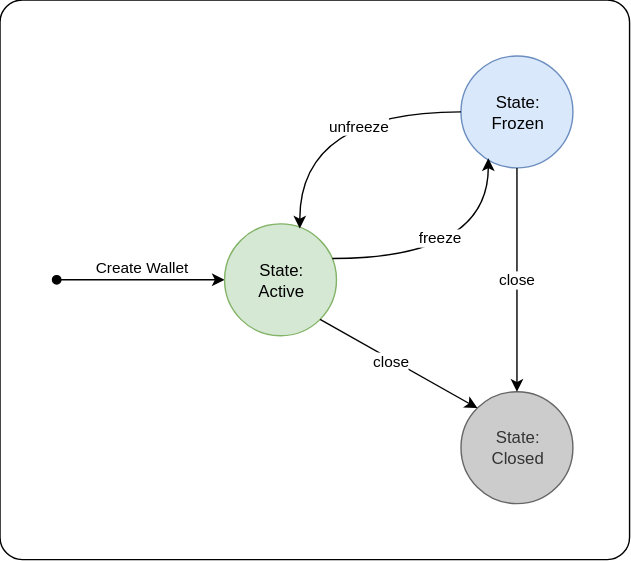
Above: docs/diagrams/State_Transition_Diagram.drawio.svg in marcus-rk/Multi-Currency-Wallet-Simulator (draw.io), before the change. Source tidied: cells renumbered, new cells last; positions are measured from the earlier drawing's top-left corner, leaving out a move shared by most shapes.
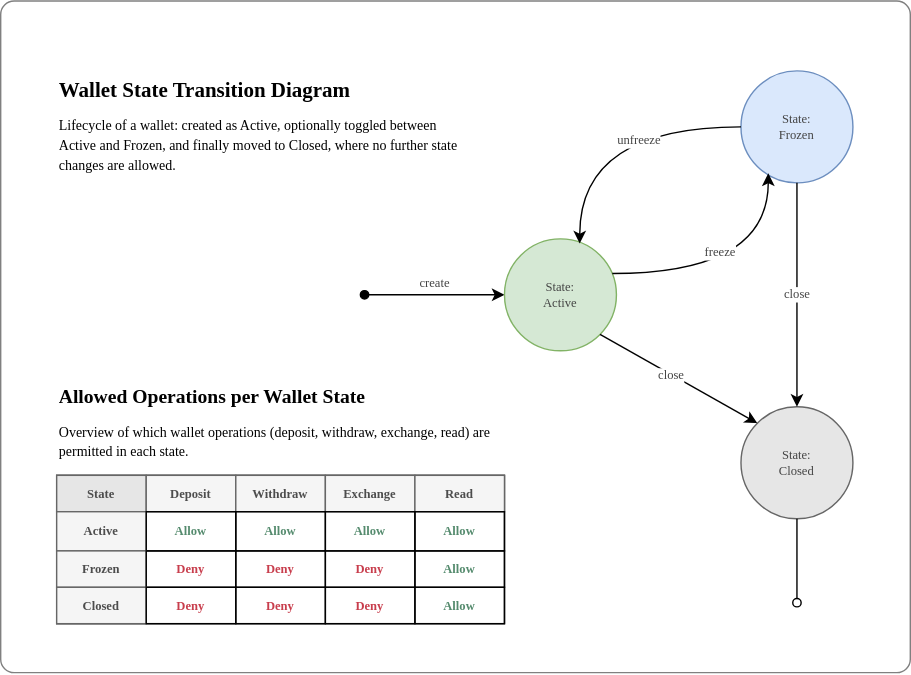
The same diagram one commit later.

Commit message:
Updated State Transition Diagram with simple operation table

What changed in the source:
```diff
@@ -2,34 +2,34 @@
   <root>
     <mxCell id="0" />
     <mxCell id="1" parent="0" />
-    <mxCell id="2" style="rounded=1;whiteSpace=wrap;html=1;arcSize=4;gradientColor=none;glass=0;" parent="1" vertex="1">
-      <mxGeometry width="450" height="400" as="geometry" />
+    <mxCell id="2" style="rounded=1;whiteSpace=wrap;html=1;arcSize=2;gradientColor=none;glass=0;fontColor=#333333;strokeColor=#808080;" parent="1" vertex="1">
+      <mxGeometry x="-199.5" y="-10" width="650" height="480" as="geometry" />
     </mxCell>
-    <mxCell id="3" value="Create Wallet" style="html=1;verticalAlign=bottom;startArrow=oval;startFill=1;endArrow=classic;curved=0;rounded=0;endFill=1;" parent="1" edge="1">
+    <mxCell id="3" value="create" style="html=1;verticalAlign=bottom;startArrow=oval;startFill=1;endArrow=classic;curved=0;rounded=0;endFill=1;fontFamily=Verdana;fontColor=light-dark(#444444, #ededed);fontSize=9;" parent="1" edge="1">
       <mxGeometry relative="1" as="geometry">
-        <mxPoint x="40.5" y="200" as="sourcePoint" />
+        <mxPoint x="60.5" y="200" as="sourcePoint" />
         <mxPoint x="160.5" y="200" as="targetPoint" />
       </mxGeometry>
     </mxCell>
-    <mxCell id="4" value="State:&lt;div&gt;Active&lt;/div&gt;" style="ellipse;whiteSpace=wrap;html=1;fillColor=#d5e8d4;strokeColor=#82b366;" parent="1" vertex="1">
+    <mxCell id="4" value="State:&lt;div&gt;Active&lt;/div&gt;" style="ellipse;whiteSpace=wrap;html=1;fillColor=#d5e8d4;strokeColor=#82b366;fontFamily=Verdana;fontColor=light-dark(#444444, #ededed);fontSize=9;" parent="1" vertex="1">
       <mxGeometry x="160.5" y="160" width="80" height="80" as="geometry" />
     </mxCell>
-    <mxCell id="5" value="State:&lt;div&gt;Frozen&lt;/div&gt;" style="ellipse;whiteSpace=wrap;html=1;fillColor=#dae8fc;strokeColor=#6c8ebf;" parent="1" vertex="1">
+    <mxCell id="5" value="State:&lt;div&gt;Frozen&lt;/div&gt;" style="ellipse;whiteSpace=wrap;html=1;fillColor=#dae8fc;strokeColor=#6c8ebf;fontFamily=Verdana;fontColor=light-dark(#444444, #ededed);fontSize=9;" parent="1" vertex="1">
       <mxGeometry x="329.5" y="40" width="80" height="80" as="geometry" />
     </mxCell>
-    <mxCell id="6" value="State:&lt;div&gt;Closed&lt;/div&gt;" style="ellipse;whiteSpace=wrap;html=1;fillColor=#CCCCCC;fontColor=#333333;strokeColor=#666666;" parent="1" vertex="1">
+    <mxCell id="6" value="State:&lt;div&gt;Closed&lt;/div&gt;" style="ellipse;whiteSpace=wrap;html=1;fillColor=#E6E6E6;fontColor=light-dark(#444444, #ededed);strokeColor=#666666;fontFamily=Verdana;fontSize=9;" parent="1" vertex="1">
       <mxGeometry x="329.5" y="280" width="80" height="80" as="geometry" />
     </mxCell>
-    <mxCell id="7" value="freeze" style="endArrow=classic;html=1;rounded=0;entryX=0.244;entryY=0.915;entryDx=0;entryDy=0;exitX=0.963;exitY=0.31;exitDx=0;exitDy=0;edgeStyle=orthogonalEdgeStyle;curved=1;entryPerimeter=0;exitPerimeter=0;" parent="1" edge="1" source="4" target="5">
+    <mxCell id="7" value="freeze" style="endArrow=classic;html=1;rounded=0;entryX=0.244;entryY=0.915;entryDx=0;entryDy=0;exitX=0.963;exitY=0.31;exitDx=0;exitDy=0;edgeStyle=orthogonalEdgeStyle;curved=1;entryPerimeter=0;exitPerimeter=0;fontFamily=Verdana;fontColor=light-dark(#444444, #ededed);fontSize=9;" parent="1" edge="1" source="4" target="5">
       <mxGeometry x="-0.16" y="15" relative="1" as="geometry" />
     </mxCell>
-    <mxCell id="8" style="endArrow=classic;html=1;rounded=0;entryX=0;entryY=0;entryDx=0;entryDy=0;exitX=1;exitY=1;exitDx=0;exitDy=0;" parent="1" edge="1" source="4" target="6">
+    <mxCell id="8" style="endArrow=classic;html=1;rounded=0;entryX=0;entryY=0;entryDx=0;entryDy=0;exitX=1;exitY=1;exitDx=0;exitDy=0;fontFamily=Verdana;fontColor=light-dark(#444444, #ededed);fontSize=9;" parent="1" edge="1" source="4" target="6">
       <mxGeometry relative="1" as="geometry" />
     </mxCell>
-    <mxCell id="9" value="close" style="edgeLabel;html=1;align=center;verticalAlign=middle;" parent="8" vertex="1">
+    <mxCell id="9" value="close" style="edgeLabel;html=1;align=center;verticalAlign=middle;fontFamily=Verdana;fontColor=light-dark(#444444, #ededed);fontSize=9;" parent="8" vertex="1">
       <mxGeometry x="-0.1" y="-1" relative="1" as="geometry" />
     </mxCell>
-    <mxCell id="10" value="close" style="endArrow=classic;html=1;rounded=0;entryX=0.5;entryY=0;entryDx=0;entryDy=0;exitX=0.5;exitY=1;exitDx=0;exitDy=0;edgeStyle=orthogonalEdgeStyle;curved=1;flowAnimation=0;" parent="1" edge="1" source="5" target="6">
+    <mxCell id="10" value="close" style="endArrow=classic;html=1;rounded=0;entryX=0.5;entryY=0;entryDx=0;entryDy=0;exitX=0.5;exitY=1;exitDx=0;exitDy=0;edgeStyle=orthogonalEdgeStyle;curved=1;flowAnimation=0;fontFamily=Verdana;fontColor=light-dark(#444444, #ededed);fontSize=9;" parent="1" edge="1" source="5" target="6">
       <mxGeometry relative="1" as="geometry">
         <Array as="points">
           <mxPoint x="370" y="240" />
@@ -37,12 +37,101 @@
         </Array>
       </mxGeometry>
     </mxCell>
-    <mxCell id="11" value="unfreeze" style="endArrow=classic;html=1;rounded=0;entryX=0.672;entryY=0.041;entryDx=0;entryDy=0;edgeStyle=orthogonalEdgeStyle;curved=1;entryPerimeter=0;exitX=0;exitY=0.5;exitDx=0;exitDy=0;" parent="1" edge="1" source="5" target="4">
+    <mxCell id="11" value="unfreeze" style="endArrow=classic;html=1;rounded=0;entryX=0.672;entryY=0.041;entryDx=0;entryDy=0;edgeStyle=orthogonalEdgeStyle;curved=1;entryPerimeter=0;exitX=0;exitY=0.5;exitDx=0;exitDy=0;fontFamily=Verdana;fontColor=light-dark(#444444, #ededed);fontSize=9;" parent="1" edge="1" source="5" target="4">
       <mxGeometry x="-0.26" y="10" relative="1" as="geometry">
         <Array as="points">
           <mxPoint x="214.5" y="80" />
         </Array>
       </mxGeometry>
     </mxCell>
+    <mxCell id="12" style="html=1;verticalAlign=bottom;startArrow=oval;startFill=0;endArrow=none;curved=0;rounded=0;endFill=0;fontFamily=Verdana;fontColor=light-dark(#444444, #ededed);fontSize=9;entryX=0.5;entryY=1;entryDx=0;entryDy=0;" parent="1" edge="1" target="6">
+      <mxGeometry relative="1" as="geometry">
+        <mxPoint x="369.5" y="420" as="sourcePoint" />
+      </mxGeometry>
+    </mxCell>
+    <mxCell id="13" value="&lt;h1 style=&quot;margin-top: 0px; margin-bottom: 6px;&quot;&gt;&lt;font face=&quot;Verdana&quot; style=&quot;font-size: 15px;&quot;&gt;Wallet State Transition Diagram&lt;/font&gt;&lt;/h1&gt;&lt;p class=&quot;p1&quot; style=&quot;margin: 0px; font-width: normal; line-height: normal; font-size-adjust: none; font-kerning: auto; font-variant-alternates: normal; font-variant-ligatures: normal; font-variant-numeric: normal; font-variant-east-asian: normal; font-variant-position: normal; font-feature-settings: normal; font-optical-sizing: auto; font-variation-settings: normal;&quot;&gt;&lt;font face=&quot;Verdana&quot; style=&quot;font-size: 10px;&quot;&gt;Lifecycle of a wallet: created as Active, optionally toggled between Active and Frozen, and finally moved to Closed, where no further state changes are allowed.&lt;/font&gt;&lt;/p&gt;" style="text;html=1;whiteSpace=wrap;overflow=hidden;rounded=0;" parent="1" vertex="1">
+      <mxGeometry x="-159.5" y="30" width="300" height="100" as="geometry" />
+    </mxCell>
+    <mxCell id="14" style="group;fontStyle=1;" parent="1" vertex="1">
+      <mxGeometry x="-159.5" y="239" width="320" height="196" as="geometry" />
+    </mxCell>
+    <mxCell id="15" style="shadow=0;rounded=0;perimeterSpacing=0;glass=0;fontFamily=Verdana;fontColor=light-dark(#444444, #ededed);align=center;arcSize=8;fontStyle=0;" parent="14" vertex="1">
+      <mxGeometry y="90" width="320" height="106" as="geometry" />
+    </mxCell>
+    <mxCell id="16" style="shape=tableRow;horizontal=0;startSize=0;swimlaneHead=0;swimlaneBody=0;top=0;left=0;bottom=0;right=0;fontStyle=0;fillColor=none;strokeColor=inherit;fontFamily=Verdana;fontColor=light-dark(#444444, #ededed);swimlaneFillColor=#FF0080;" parent="15" vertex="1">
+      <mxGeometry width="320" height="26" as="geometry" />
+    </mxCell>
+    <mxCell id="17" value="State" style="strokeColor=#666666;fillColor=#E6E6E6;align=center;fontStyle=1;strokeWidth=1;fontColor=light-dark(#4D4D4D,#EDEDED);fontFamily=Verdana;fontSize=9;labelBackgroundColor=none;verticalAlign=middle;labelBorderColor=none;whiteSpace=wrap;html=1;convertToSvg=1;swimlaneFillColor=#FF0080;" parent="16" vertex="1">
+      <mxGeometry width="64" height="26" as="geometry" />
+    </mxCell>
+    <mxCell id="18" value="Deposit" style="strokeColor=#666666;fillColor=#f5f5f5;align=center;fontStyle=1;strokeWidth=1;fontColor=light-dark(#4D4D4D,#EDEDED);fontFamily=Verdana;fontSize=9;labelBackgroundColor=none;verticalAlign=middle;labelBorderColor=none;whiteSpace=wrap;html=1;convertToSvg=1;swimlaneFillColor=#FF0080;" parent="16" vertex="1">
+      <mxGeometry x="64" width="64" height="26" as="geometry" />
+    </mxCell>
+    <mxCell id="19" value="Withdraw" style="strokeColor=#666666;fillColor=#f5f5f5;align=center;fontStyle=1;strokeWidth=1;fontColor=light-dark(#4D4D4D,#EDEDED);fontFamily=Verdana;fontSize=9;labelBackgroundColor=none;verticalAlign=middle;labelBorderColor=none;whiteSpace=wrap;html=1;convertToSvg=1;swimlaneFillColor=#FF0080;" parent="16" vertex="1">
+      <mxGeometry x="128" width="64" height="26" as="geometry" />
+    </mxCell>
+    <mxCell id="20" value="Exchange" style="strokeColor=#666666;fillColor=#f5f5f5;align=center;fontStyle=1;strokeWidth=1;fontColor=light-dark(#4D4D4D,#EDEDED);fontFamily=Verdana;fontSize=9;labelBackgroundColor=none;verticalAlign=middle;labelBorderColor=none;whiteSpace=wrap;html=1;convertToSvg=1;swimlaneFillColor=#FF0080;" parent="16" vertex="1">
+      <mxGeometry x="192" width="64" height="26" as="geometry" />
+    </mxCell>
+    <mxCell id="21" value="Read" style="strokeColor=#666666;fillColor=#f5f5f5;align=center;fontStyle=1;strokeWidth=1;fontColor=light-dark(#4D4D4D,#EDEDED);fontFamily=Verdana;fontSize=9;labelBackgroundColor=none;verticalAlign=middle;labelBorderColor=none;whiteSpace=wrap;html=1;convertToSvg=1;swimlaneFillColor=#FF0080;" parent="16" vertex="1">
+      <mxGeometry x="256" width="64" height="26" as="geometry" />
+    </mxCell>
+    <mxCell id="22" style="shape=tableRow;horizontal=0;startSize=0;swimlaneHead=0;swimlaneBody=0;top=0;left=0;bottom=0;right=0;fontStyle=0;fillColor=none;strokeColor=inherit;fontFamily=Verdana;fontColor=light-dark(#444444, #ededed);swimlaneFillColor=#FF0080;" parent="15" vertex="1">
+      <mxGeometry y="26" width="320" height="28" as="geometry" />
+    </mxCell>
+    <mxCell id="23" value="&lt;b&gt;Active&lt;/b&gt;" style="strokeColor=#666666;fillColor=#f5f5f5;align=center;fontFamily=Verdana;fontSize=9;fontColor=#4D4D4D;labelBackgroundColor=none;verticalAlign=middle;labelBorderColor=none;whiteSpace=wrap;html=1;convertToSvg=1;swimlaneFillColor=#FF0080;" parent="22" vertex="1">
+      <mxGeometry width="64" height="28" as="geometry" />
+    </mxCell>
+    <mxCell id="24" value="&lt;span style=&quot;&quot;&gt;Allow&lt;/span&gt;" style="strokeColor=inherit;fillColor=none;align=center;fontFamily=Verdana;fontSize=9;fontColor=#558B6E;labelBackgroundColor=none;verticalAlign=middle;labelBorderColor=none;whiteSpace=wrap;html=1;convertToSvg=1;swimlaneFillColor=#FF0080;fontStyle=1;" parent="22" vertex="1">
+      <mxGeometry x="64" width="64" height="28" as="geometry" />
+    </mxCell>
+    <mxCell id="25" value="Allow" style="strokeColor=inherit;fillColor=none;align=center;fontFamily=Verdana;fontSize=9;fontColor=light-dark(#558B6E,#EDEDED);labelBackgroundColor=none;verticalAlign=middle;labelBorderColor=none;whiteSpace=wrap;html=1;convertToSvg=1;swimlaneFillColor=#FF0080;fontStyle=1;" parent="22" vertex="1">
+      <mxGeometry x="128" width="64" height="28" as="geometry" />
+    </mxCell>
+    <mxCell id="26" value="Allow" style="strokeColor=inherit;fillColor=none;align=center;fontFamily=Verdana;fontSize=9;fontColor=light-dark(#558B6E,#EDEDED);labelBackgroundColor=none;verticalAlign=middle;labelBorderColor=none;whiteSpace=wrap;html=1;convertToSvg=1;swimlaneFillColor=#FF0080;fontStyle=1;" parent="22" vertex="1">
+      <mxGeometry x="192" width="64" height="28" as="geometry" />
+    </mxCell>
+    <mxCell id="27" value="Allow" style="strokeColor=inherit;fillColor=none;align=center;fontFamily=Verdana;fontSize=9;fontColor=light-dark(#558B6E,#EDEDED);labelBackgroundColor=none;verticalAlign=middle;labelBorderColor=none;whiteSpace=wrap;html=1;convertToSvg=1;swimlaneFillColor=#FF0080;fontStyle=1;" parent="22" vertex="1">
+      <mxGeometry x="256" width="64" height="28" as="geometry" />
+    </mxCell>
+    <mxCell id="28" style="shape=tableRow;horizontal=0;startSize=0;swimlaneHead=0;swimlaneBody=0;top=0;left=0;bottom=0;right=0;fontStyle=0;fillColor=none;strokeColor=inherit;fontFamily=Verdana;fontColor=light-dark(#444444, #ededed);swimlaneFillColor=#FF0080;" parent="15" vertex="1">
+      <mxGeometry y="54" width="320" height="26" as="geometry" />
+    </mxCell>
+    <mxCell id="29" value="&lt;b&gt;Frozen&lt;/b&gt;" style="strokeColor=#666666;fillColor=#f5f5f5;align=center;fontFamily=Verdana;fontSize=9;fontColor=#4D4D4D;labelBackgroundColor=none;verticalAlign=middle;labelBorderColor=none;whiteSpace=wrap;html=1;convertToSvg=1;swimlaneFillColor=#FF0080;" parent="28" vertex="1">
+      <mxGeometry width="64" height="26" as="geometry" />
+    </mxCell>
+    <mxCell id="30" value="Deny" style="strokeColor=inherit;fillColor=none;align=center;fontFamily=Verdana;fontSize=9;fontColor=light-dark(#C83E4D,#EDEDED);labelBackgroundColor=none;verticalAlign=middle;labelBorderColor=none;whiteSpace=wrap;html=1;convertToSvg=1;swimlaneFillColor=#FF0080;fontStyle=1;" parent="28" vertex="1">
+      <mxGeometry x="64" width="64" height="26" as="geometry" />
+    </mxCell>
+    <mxCell id="31" value="Deny" style="strokeColor=inherit;fillColor=none;align=center;fontFamily=Verdana;fontSize=9;fontColor=light-dark(#C83E4D,#EDEDED);labelBackgroundColor=none;verticalAlign=middle;labelBorderColor=none;whiteSpace=wrap;html=1;convertToSvg=1;swimlaneFillColor=#FF0080;fontStyle=1;" parent="28" vertex="1">
+      <mxGeometry x="128" width="64" height="26" as="geometry" />
+    </mxCell>
+    <mxCell id="32" value="Deny" style="strokeColor=inherit;fillColor=none;align=center;fontFamily=Verdana;fontSize=9;fontColor=light-dark(#C83E4D,#EDEDED);labelBackgroundColor=none;verticalAlign=middle;labelBorderColor=none;whiteSpace=wrap;html=1;convertToSvg=1;swimlaneFillColor=#FF0080;fontStyle=1;" parent="28" vertex="1">
+      <mxGeometry x="192" width="64" height="26" as="geometry" />
+    </mxCell>
+    <mxCell id="33" value="&lt;b&gt;Allow&lt;/b&gt;" style="strokeColor=inherit;fillColor=none;align=center;fontFamily=Verdana;fontSize=9;fontColor=light-dark(#558B6E,#EDEDED);labelBackgroundColor=none;verticalAlign=middle;labelBorderColor=none;whiteSpace=wrap;html=1;convertToSvg=1;swimlaneFillColor=#FF0080;" parent="28" vertex="1">
+      <mxGeometry x="256" width="64" height="26" as="geometry" />
+    </mxCell>
+    <mxCell id="34" style="shape=tableRow;horizontal=0;startSize=0;swimlaneHead=0;swimlaneBody=0;top=0;left=0;bottom=0;right=0;fontStyle=0;fillColor=none;strokeColor=inherit;fontFamily=Verdana;fontColor=light-dark(#444444, #ededed);swimlaneFillColor=#FF0080;" parent="15" vertex="1">
+      <mxGeometry y="80" width="320" height="26" as="geometry" />
+    </mxCell>
+    <mxCell id="35" value="&lt;b&gt;Closed&lt;/b&gt;" style="strokeColor=#666666;fillColor=#f5f5f5;align=center;fontFamily=Verdana;fontSize=9;fontColor=#4D4D4D;labelBackgroundColor=none;verticalAlign=middle;labelBorderColor=none;whiteSpace=wrap;html=1;convertToSvg=1;swimlaneFillColor=#FF0080;" parent="34" vertex="1">
+      <mxGeometry width="64" height="26" as="geometry" />
+    </mxCell>
+    <mxCell id="36" value="Deny" style="strokeColor=inherit;fillColor=none;align=center;fontFamily=Verdana;fontSize=9;fontColor=light-dark(#C83E4D,#EDEDED);labelBackgroundColor=none;verticalAlign=middle;labelBorderColor=none;whiteSpace=wrap;html=1;convertToSvg=1;swimlaneFillColor=#FF0080;fontStyle=1;" parent="34" vertex="1">
+      <mxGeometry x="64" width="64" height="26" as="geometry" />
+    </mxCell>
+    <mxCell id="37" value="Deny" style="strokeColor=inherit;fillColor=none;align=center;fontFamily=Verdana;fontSize=9;fontColor=light-dark(#C83E4D,#EDEDED);labelBackgroundColor=none;verticalAlign=middle;labelBorderColor=none;whiteSpace=wrap;html=1;convertToSvg=1;swimlaneFillColor=#FF0080;fontStyle=1;" parent="34" vertex="1">
+      <mxGeometry x="128" width="64" height="26" as="geometry" />
+    </mxCell>
+    <mxCell id="38" value="Deny" style="strokeColor=inherit;fillColor=none;align=center;fontFamily=Verdana;fontSize=9;fontColor=light-dark(#C83E4D,#EDEDED);labelBackgroundColor=none;verticalAlign=middle;labelBorderColor=none;whiteSpace=wrap;html=1;convertToSvg=1;swimlaneFillColor=#FF0080;fontStyle=1;" parent="34" vertex="1">
+      <mxGeometry x="192" width="64" height="26" as="geometry" />
+    </mxCell>
+    <mxCell id="39" value="&lt;b&gt;Allow&lt;/b&gt;" style="strokeColor=inherit;fillColor=none;align=center;fontFamily=Verdana;fontSize=9;fontColor=light-dark(#558B6E,#EDEDED);labelBackgroundColor=none;verticalAlign=middle;labelBorderColor=none;whiteSpace=wrap;html=1;convertToSvg=1;swimlaneFillColor=#FF0080;" parent="34" vertex="1">
+      <mxGeometry x="256" width="64" height="26" as="geometry" />
+    </mxCell>
+    <mxCell id="40" value="&lt;h1 style=&quot;margin-top: 0px; margin-bottom: 6px;&quot;&gt;&lt;font face=&quot;Verdana&quot; style=&quot;font-size: 14px; line-height: 90%;&quot;&gt;Allowed Operations per Wallet State&lt;/font&gt;&lt;/h1&gt;&lt;p class=&quot;p1&quot; style=&quot;margin: 0px; font-width: normal; line-height: normal; font-size-adjust: none; font-kerning: auto; font-variant-alternates: normal; font-variant-ligatures: normal; font-variant-numeric: normal; font-variant-east-asian: normal; font-variant-position: normal; font-feature-settings: normal; font-optical-sizing: auto; font-variation-settings: normal;&quot;&gt;&lt;font face=&quot;Verdana&quot; style=&quot;font-size: 10px;&quot;&gt;Overview of which wallet operations (deposit, withdraw, exchange, read) are permitted in each state.&lt;/font&gt;&lt;/p&gt;" style="text;html=1;whiteSpace=wrap;overflow=hidden;rounded=0;" parent="14" vertex="1">
+      <mxGeometry y="10" width="320" height="80" as="geometry" />
+    </mxCell>
   </root>
 </mxGraphModel>
```
